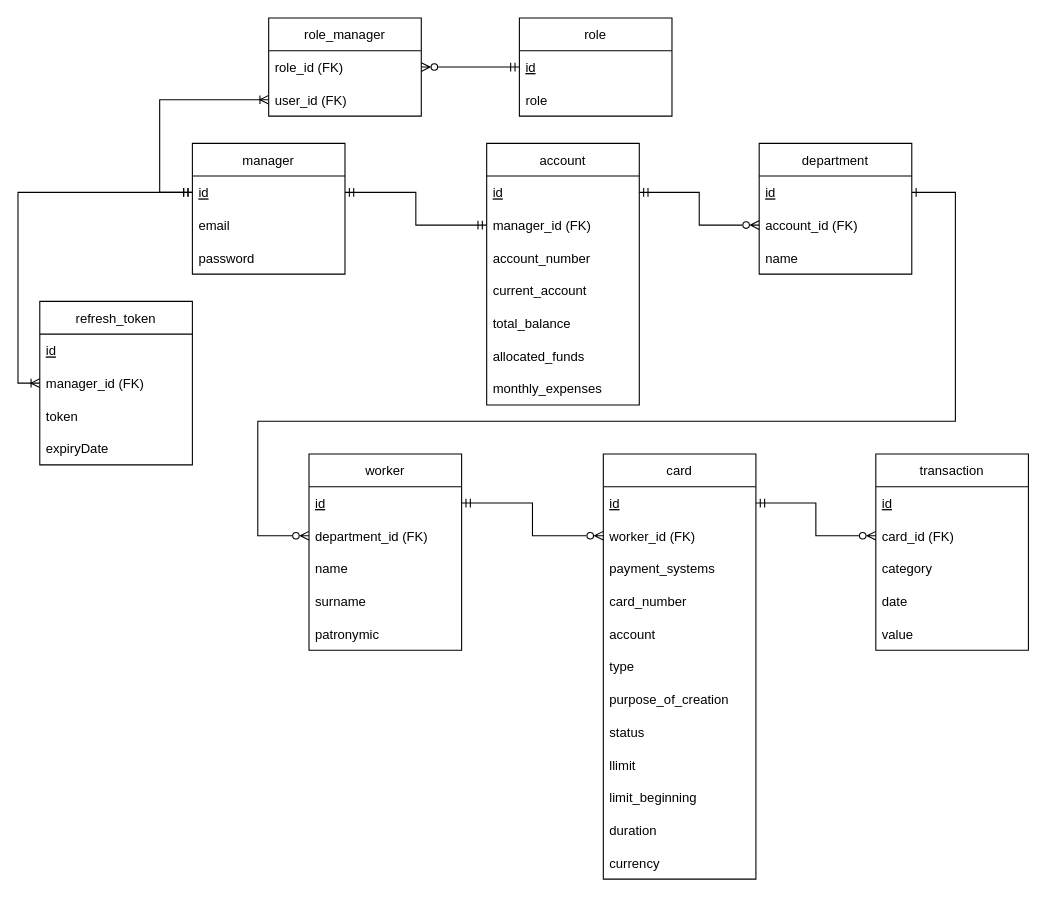
Above: xxxMyRemarks/db.drawio in Vova-oss/VTBhack (draw.io), before the change. Source tidied: cells renumbered, new cells numbered last; positions are measured from the earlier drawing's top-left corner, leaving out a move shared by most shapes. Both pictures are drawn from the tidied source at 109%, with x=0, y=0 at pixel (39, 17).
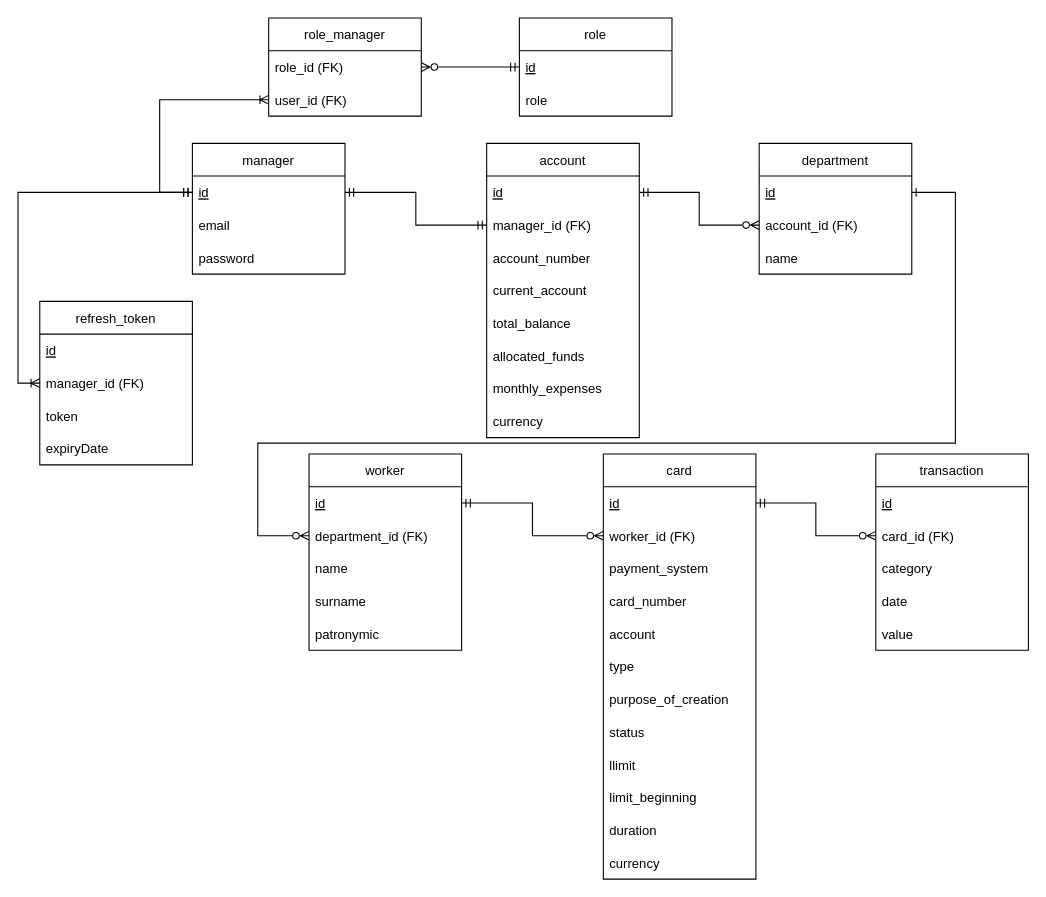
Above is the later version.

Unchanged cells that the change refers to:
```xml
<mxCell id="9" value="card" style="swimlane;fontStyle=0;horizontal=1;startSize=30;" parent="1" vertex="1">
  <mxGeometry x="517" y="400" width="140" height="390" as="geometry" />
</mxCell>
<mxCell id="23" value="id" style="text;strokeColor=none;fillColor=none;align=left;verticalAlign=middle;spacingLeft=4;spacingRight=4;overflow=hidden;points=[[0,0.5],[1,0.5]];portConstraint=eastwest;fontStyle=4;" parent="22" vertex="1">
  <mxGeometry y="30" width="140" height="30" as="geometry" />
</mxCell>
<mxCell id="28" value="department_id (FK)" style="text;strokeColor=none;fillColor=none;align=left;verticalAlign=middle;spacingLeft=4;spacingRight=4;overflow=hidden;points=[[0,0.5],[1,0.5]];portConstraint=eastwest;" parent="26" vertex="1">
  <mxGeometry y="60" width="140" height="30" as="geometry" />
</mxCell>
```

Change to the diagram source:
```diff
@@
-    <mxCell id="12" value="payment_systems" style="text;strokeColor=none;fillColor=none;align=left;verticalAlign=middle;spacingLeft=4;spacingRight=4;overflow=hidden;" parent="9" vertex="1">
+    <mxCell id="12" value="payment_system" style="text;strokeColor=none;fillColor=none;align=left;verticalAlign=middle;spacingLeft=4;spacingRight=4;overflow=hidden;" parent="9" vertex="1">
       <mxGeometry y="90" width="140" height="30" as="geometry" />
     </mxCell>
@@
     <mxCell id="38" value="account" style="swimlane;fontStyle=0;horizontal=1;startSize=30;" parent="1" vertex="1">
-      <mxGeometry x="410" y="115" width="140" height="240" as="geometry" />
+      <mxGeometry x="410" y="115" width="140" height="270" as="geometry" />
     </mxCell>
@@
+    <mxCell id="62" value="currency" style="text;strokeColor=none;fillColor=none;align=left;verticalAlign=middle;spacingLeft=4;spacingRight=4;overflow=hidden;" parent="38" vertex="1">
+      <mxGeometry y="240" width="140" height="30" as="geometry" />
+    </mxCell>
@@
     <mxCell id="47" style="edgeStyle=orthogonalEdgeStyle;rounded=0;jettySize=auto;html=1;entryX=0;entryY=0.5;entryDx=0;entryDy=0;startArrow=ERone;startFill=0;endArrow=ERzeroToMany;endFill=0;exitX=1;exitY=0.5;exitDx=0;exitDy=0;" parent="1" edge="1" source="23" target="28">
       <mxGeometry relative="1" as="geometry">
         <Array as="points">
           <mxPoint x="840" y="160" />
-          <mxPoint x="840" y="370" />
-          <mxPoint x="200" y="370" />
+          <mxPoint x="840" y="390" />
+          <mxPoint x="200" y="390" />
           <mxPoint x="200" y="475" />
         </Array>
       </mxGeometry>
     </mxCell>
```
